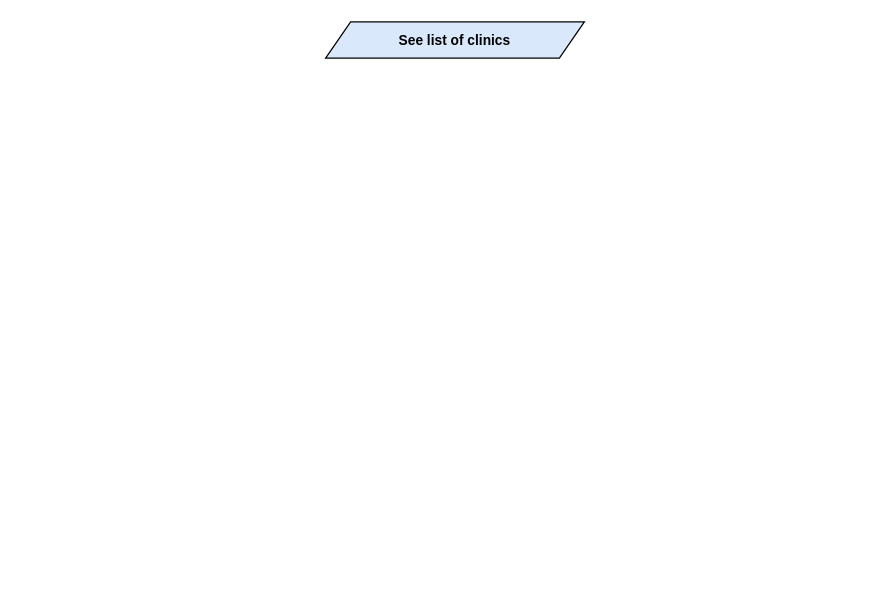
Earlier version of the draw.io diagram Kaos/KAOS 9.drawio (RafaelCMira/myclinic-msp-project). Source tidied: cells renumbered, new cells numbered last; positions are measured from the earlier drawing's top-left corner, leaving out a move shared by most shapes. Both pictures are drawn from the tidied source at 125%, with x=0, y=0 at pixel (325, 21).
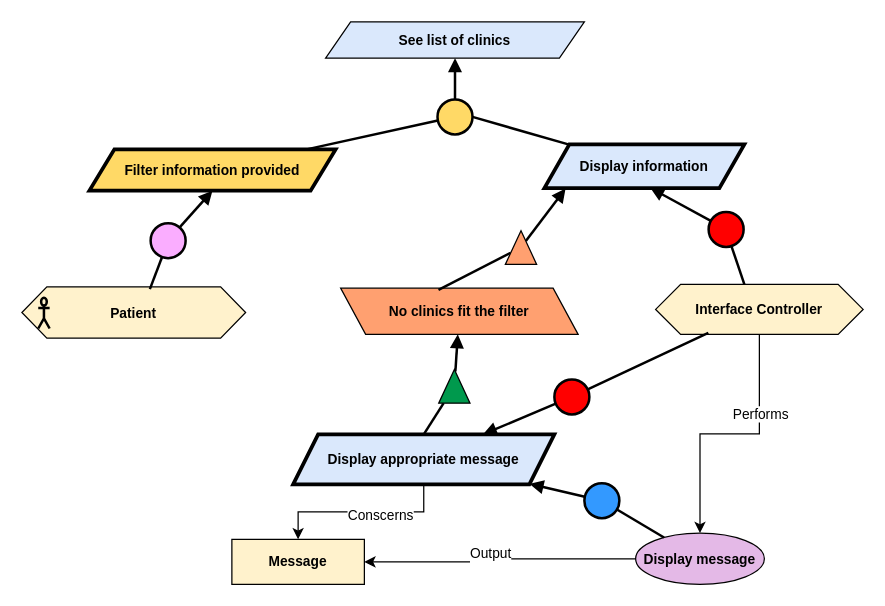
The same page after the edit.

The change refers to these unchanged cells:
```xml
<mxCell id="2" value="&lt;b&gt;See list of clinics&lt;/b&gt;" style="shape=parallelogram;perimeter=parallelogramPerimeter;whiteSpace=wrap;html=1;fixedSize=1;fillColor=#dae8fc;strokeColor=#000000;fontFamily=Helvetica;fontSize=11;fontColor=default;labelBackgroundColor=none;" parent="1" vertex="1">
  <mxGeometry width="207" height="29" as="geometry" />
</mxCell>
```

The edit, as a diff of the source:
```diff
@@
+    <mxCell id="3" value="&lt;b&gt;Filter information provided&lt;/b&gt;" style="shape=parallelogram;perimeter=parallelogramPerimeter;whiteSpace=wrap;html=1;fixedSize=1;fillColor=#FFD966;strokeColor=#000000;strokeWidth=3;fontFamily=Helvetica;fontSize=11;fontColor=default;labelBackgroundColor=none;" parent="1" vertex="1">
+      <mxGeometry x="-189" y="102" width="197" height="33" as="geometry" />
+    </mxCell>
+    <mxCell id="4" style="ellipse;whiteSpace=wrap;html=1;fillColor=#FFD966;strokeWidth=2;" parent="1" vertex="1">
+      <mxGeometry x="89.5" y="62" width="28" height="28" as="geometry" />
+    </mxCell>
+    <mxCell id="5" style="endArrow=block;html=1;rounded=0;endFill=1;strokeWidth=2;" parent="1" edge="1" source="4" target="2">
+      <mxGeometry relative="1" as="geometry" />
+    </mxCell>
+    <mxCell id="6" style="endArrow=none;html=1;rounded=0;strokeWidth=2;" parent="1" edge="1" source="3" target="4">
+      <mxGeometry relative="1" as="geometry" />
+    </mxCell>
+    <mxCell id="7" value="&lt;b&gt;Display information&lt;/b&gt;" style="shape=parallelogram;perimeter=parallelogramPerimeter;whiteSpace=wrap;html=1;fixedSize=1;fillColor=#dae8fc;strokeColor=#000000;strokeWidth=3;fontFamily=Helvetica;fontSize=11;fontColor=default;labelBackgroundColor=none;" parent="1" vertex="1">
+      <mxGeometry x="175" y="98" width="160" height="35" as="geometry" />
+    </mxCell>
+    <mxCell id="8" style="endArrow=none;html=1;rounded=0;strokeWidth=2;entryX=1;entryY=0.5;entryDx=0;entryDy=0;" parent="1" edge="1" source="7" target="4">
+      <mxGeometry relative="1" as="geometry" />
+    </mxCell>
+    <mxCell id="9" style="group;fontFamily=Helvetica;fontSize=11;fontColor=default;labelBackgroundColor=default;" parent="1" vertex="1">
+      <mxGeometry x="-243" y="213" width="179" height="40" as="geometry" />
+    </mxCell>
+    <mxCell id="10" value="&lt;div&gt;&lt;b&gt;Patient&lt;/b&gt;&lt;/div&gt;" style="shape=hexagon;perimeter=hexagonPerimeter2;whiteSpace=wrap;html=1;fixedSize=1;fillColor=#FFF2CC;fontFamily=Helvetica;fontSize=11;fontColor=default;labelBackgroundColor=none;" parent="9" vertex="1">
+      <mxGeometry y="-1" width="179" height="41" as="geometry" />
+    </mxCell>
+    <mxCell id="11" style="shape=umlActor;verticalLabelPosition=bottom;verticalAlign=top;html=1;fillColor=none;strokeWidth=2;fontFamily=Helvetica;fontSize=11;fontColor=default;labelBackgroundColor=default;" parent="9" vertex="1">
+      <mxGeometry x="13.1" y="7.8" width="9.1" height="24.5" as="geometry" />
+    </mxCell>
+    <mxCell id="12" style="ellipse;whiteSpace=wrap;html=1;fillColor=#FAADFF;strokeWidth=2;fontFamily=Helvetica;fontSize=11;fontColor=default;labelBackgroundColor=default;" parent="1" vertex="1">
+      <mxGeometry x="-140" y="161" width="28" height="28" as="geometry" />
+    </mxCell>
+    <mxCell id="13" style="endArrow=block;html=1;rounded=0;endFill=1;strokeWidth=2;strokeColor=default;align=center;verticalAlign=middle;fontFamily=Helvetica;fontSize=11;fontColor=default;labelBackgroundColor=default;entryX=0.5;entryY=1;entryDx=0;entryDy=0;" parent="1" edge="1" source="12" target="3">
+      <mxGeometry relative="1" as="geometry" />
+    </mxCell>
+    <mxCell id="14" style="endArrow=none;html=1;rounded=0;strokeWidth=2;strokeColor=default;align=center;verticalAlign=middle;fontFamily=Helvetica;fontSize=11;fontColor=default;labelBackgroundColor=default;exitX=0.572;exitY=0.043;exitDx=0;exitDy=0;exitPerimeter=0;" parent="1" edge="1" source="10" target="12">
+      <mxGeometry relative="1" as="geometry" />
+    </mxCell>
+    <mxCell id="15" value="No clinics fit the filter" style="shape=parallelogram;perimeter=parallelogramPerimeter;whiteSpace=wrap;html=1;fixedSize=1;fillColor=#FFA070;fontStyle=1;fontFamily=Helvetica;fontSize=11;fontColor=default;labelBackgroundColor=none;flipH=1;flipV=0;" parent="1" vertex="1">
+      <mxGeometry x="12" y="213" width="190" height="37" as="geometry" />
+    </mxCell>
+    <mxCell id="16" style="endArrow=block;html=1;rounded=0;endFill=1;strokeWidth=2;entryX=0.106;entryY=1.01;entryDx=0;entryDy=0;entryPerimeter=0;" parent="1" edge="1" source="18" target="7">
+      <mxGeometry relative="1" as="geometry" />
+    </mxCell>
+    <mxCell id="17" style="endArrow=none;html=1;rounded=0;strokeWidth=2;exitX=0.588;exitY=0.038;exitDx=0;exitDy=0;exitPerimeter=0;" parent="1" edge="1" source="15" target="18">
+      <mxGeometry relative="1" as="geometry" />
+    </mxCell>
+    <mxCell id="18" style="triangle;whiteSpace=wrap;html=1;rotation=-90;fillColor=#FFA070;" parent="1" vertex="1">
+      <mxGeometry x="142.8" y="168" width="27" height="25" as="geometry" />
+    </mxCell>
+    <mxCell id="19" style="edgeStyle=orthogonalEdgeStyle;rounded=0;jettySize=auto;html=1;" parent="1" edge="1" source="21" target="25">
+      <mxGeometry relative="1" as="geometry" />
+    </mxCell>
+    <mxCell id="20" value="Conscerns" style="edgeLabel;html=1;align=center;verticalAlign=middle;" parent="19" vertex="1">
+      <mxGeometry x="-0.21" y="2" relative="1" as="geometry" />
+    </mxCell>
+    <mxCell id="21" value="&lt;b&gt;Display appropriate message&lt;/b&gt;" style="shape=parallelogram;perimeter=parallelogramPerimeter;whiteSpace=wrap;html=1;fixedSize=1;fillColor=#dae8fc;strokeColor=#000000;strokeWidth=3;fontFamily=Helvetica;fontSize=11;fontColor=default;labelBackgroundColor=none;" parent="1" vertex="1">
+      <mxGeometry x="-26" y="330" width="209" height="40" as="geometry" />
+    </mxCell>
+    <mxCell id="22" style="endArrow=block;html=1;rounded=0;endFill=1;strokeWidth=2;" parent="1" edge="1" source="24" target="15">
+      <mxGeometry relative="1" as="geometry" />
+    </mxCell>
+    <mxCell id="23" style="endArrow=none;html=1;rounded=0;strokeWidth=2;exitX=0.5;exitY=0;exitDx=0;exitDy=0;" parent="1" edge="1" source="21" target="24">
+      <mxGeometry relative="1" as="geometry" />
+    </mxCell>
+    <mxCell id="24" style="triangle;whiteSpace=wrap;html=1;rotation=-90;fillColor=#00994D;" parent="1" vertex="1">
+      <mxGeometry x="89.5" y="279" width="27" height="25" as="geometry" />
+    </mxCell>
+    <mxCell id="25" value="&lt;b&gt;Message&lt;/b&gt;" style="rounded=0;whiteSpace=wrap;html=1;fillColor=#FFF2CC;fontFamily=Helvetica;fontSize=11;fontColor=default;labelBackgroundColor=none;" parent="1" vertex="1">
+      <mxGeometry x="-75" y="414" width="106" height="36" as="geometry" />
+    </mxCell>
+    <mxCell id="26" style="edgeStyle=orthogonalEdgeStyle;rounded=0;jettySize=auto;html=1;" parent="1" edge="1" source="28" target="25">
+      <mxGeometry relative="1" as="geometry" />
+    </mxCell>
+    <mxCell id="27" value="Output&lt;div&gt;&lt;br&gt;&lt;/div&gt;" style="edgeLabel;html=1;align=center;verticalAlign=middle;" parent="26" vertex="1">
+      <mxGeometry x="0.08" y="-1" relative="1" as="geometry" />
+    </mxCell>
+    <mxCell id="28" value="&lt;b&gt;Display message&lt;/b&gt;" style="ellipse;whiteSpace=wrap;html=1;fillColor=#E4B9E7;strokeColor=#000000;fontFamily=Helvetica;fontSize=11;fontColor=default;labelBackgroundColor=none;" parent="1" vertex="1">
+      <mxGeometry x="248" y="409" width="103" height="41" as="geometry" />
+    </mxCell>
+    <mxCell id="29" style="ellipse;whiteSpace=wrap;html=1;fillColor=#3399FF;strokeWidth=2;" parent="1" vertex="1">
+      <mxGeometry x="207" y="369" width="28" height="28" as="geometry" />
+    </mxCell>
+    <mxCell id="30" style="endArrow=block;html=1;rounded=0;endFill=1;strokeWidth=2;" parent="1" edge="1" source="29" target="21">
+      <mxGeometry relative="1" as="geometry" />
+    </mxCell>
+    <mxCell id="31" style="endArrow=none;html=1;rounded=0;strokeWidth=2;" parent="1" edge="1" source="28" target="29">
+      <mxGeometry relative="1" as="geometry" />
+    </mxCell>
+    <mxCell id="32" style="edgeStyle=orthogonalEdgeStyle;rounded=0;jettySize=auto;html=1;" parent="1" edge="1" source="34" target="28">
+      <mxGeometry relative="1" as="geometry" />
+    </mxCell>
+    <mxCell id="33" value="Performs" style="edgeLabel;html=1;align=center;verticalAlign=middle;" parent="32" vertex="1">
+      <mxGeometry x="-0.39" relative="1" as="geometry" />
+    </mxCell>
+    <mxCell id="34" value="&lt;div&gt;&lt;b&gt;Interface Controller&lt;/b&gt;&lt;/div&gt;" style="shape=hexagon;perimeter=hexagonPerimeter2;whiteSpace=wrap;html=1;fixedSize=1;fillColor=#FFF2CC;fontFamily=Helvetica;fontSize=11;fontColor=default;labelBackgroundColor=none;" parent="1" vertex="1">
+      <mxGeometry x="264" y="210" width="166" height="40" as="geometry" />
+    </mxCell>
+    <mxCell id="35" style="ellipse;whiteSpace=wrap;html=1;fillColor=#FF0000;strokeWidth=2;" parent="1" vertex="1">
+      <mxGeometry x="306.4" y="152" width="28" height="28" as="geometry" />
+    </mxCell>
+    <mxCell id="36" style="endArrow=block;html=1;rounded=0;endFill=1;strokeWidth=2;entryX=0.563;entryY=0.994;entryDx=0;entryDy=0;entryPerimeter=0;" parent="1" edge="1" source="35">
+      <mxGeometry relative="1" as="geometry">
+        <mxPoint x="259.7" y="132.8" as="targetPoint" />
+      </mxGeometry>
+    </mxCell>
+    <mxCell id="37" style="endArrow=none;html=1;rounded=0;strokeWidth=2;" parent="1" edge="1" target="35">
+      <mxGeometry relative="1" as="geometry">
+        <mxPoint x="335" y="210" as="sourcePoint" />
+      </mxGeometry>
+    </mxCell>
+    <mxCell id="38" style="ellipse;whiteSpace=wrap;html=1;fillColor=#FF0000;strokeWidth=2;" parent="1" vertex="1">
+      <mxGeometry x="183" y="286" width="28" height="28" as="geometry" />
+    </mxCell>
+    <mxCell id="39" style="endArrow=block;html=1;rounded=0;endFill=1;strokeWidth=2;" parent="1" edge="1" source="38" target="21">
+      <mxGeometry relative="1" as="geometry" />
+    </mxCell>
+    <mxCell id="40" style="endArrow=none;html=1;rounded=0;strokeWidth=2;exitX=0.254;exitY=0.971;exitDx=0;exitDy=0;exitPerimeter=0;" parent="1" edge="1" source="34" target="38">
+      <mxGeometry relative="1" as="geometry" />
+    </mxCell>
```
